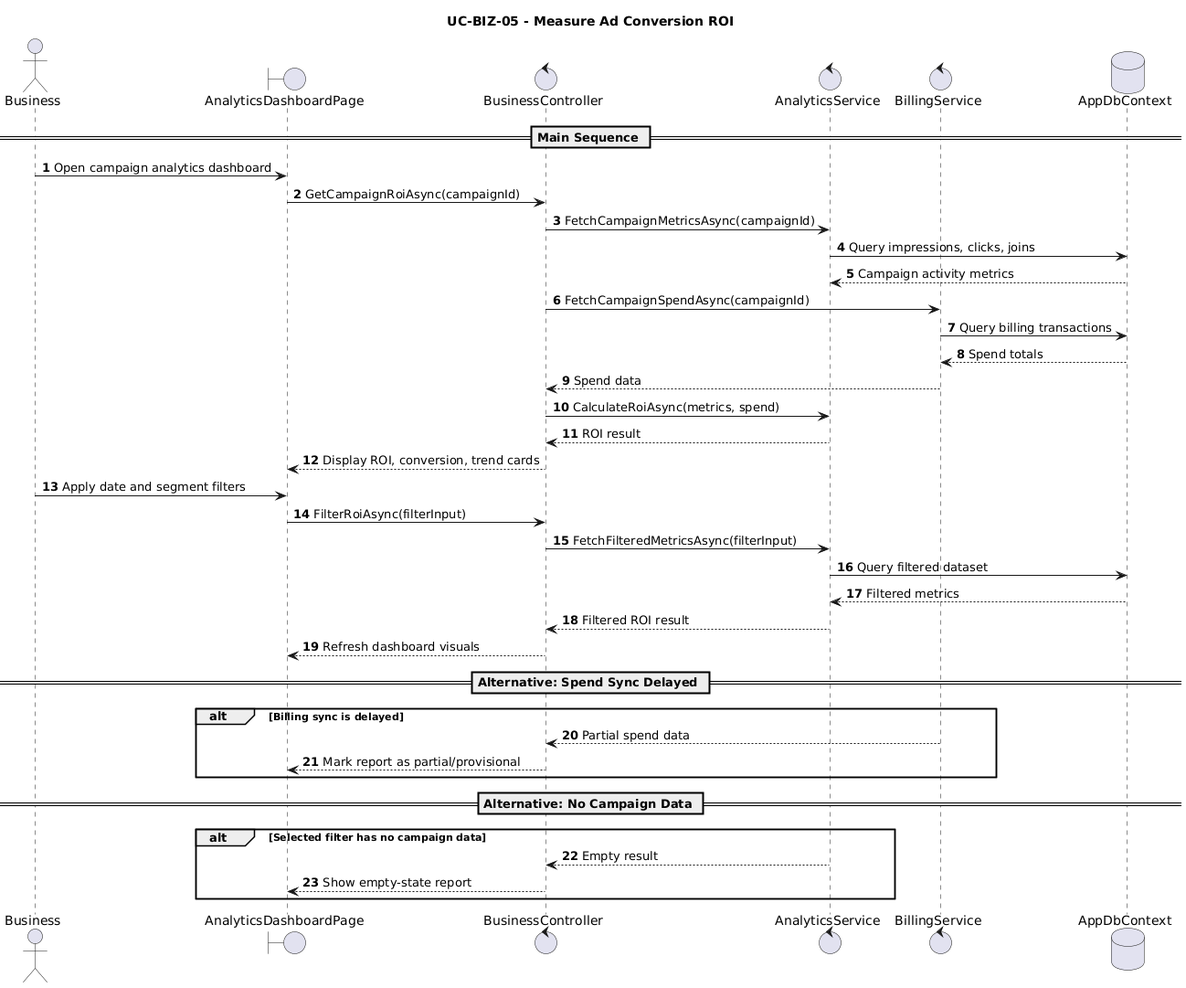
This is User Cases/Sequence Diagrams/BusinessRole/MeasureAdConversionROI.png from gorge-unc23/4ThePlot, a PlantUML export, as it was before one commit. Source of this version:
```plantuml
@startuml
title UC-BIZ-05 - Measure Ad Conversion ROI
autonumber

actor Business
boundary AnalyticsDashboardPage
control BusinessController
control AnalyticsService
control BillingService
database AppDbContext

== Main Sequence ==
Business -> AnalyticsDashboardPage: Open campaign analytics dashboard
AnalyticsDashboardPage -> BusinessController: GetCampaignRoiAsync(campaignId)
BusinessController -> AnalyticsService: FetchCampaignMetricsAsync(campaignId)
AnalyticsService -> AppDbContext: Query impressions, clicks, joins
AppDbContext --> AnalyticsService: Campaign activity metrics
BusinessController -> BillingService: FetchCampaignSpendAsync(campaignId)
BillingService -> AppDbContext: Query billing transactions
AppDbContext --> BillingService: Spend totals
BillingService --> BusinessController: Spend data
BusinessController -> AnalyticsService: CalculateRoiAsync(metrics, spend)
AnalyticsService --> BusinessController: ROI result
BusinessController --> AnalyticsDashboardPage: Display ROI, conversion, trend cards

Business -> AnalyticsDashboardPage: Apply date and segment filters
AnalyticsDashboardPage -> BusinessController: FilterRoiAsync(filterInput)
BusinessController -> AnalyticsService: FetchFilteredMetricsAsync(filterInput)
AnalyticsService -> AppDbContext: Query filtered dataset
AppDbContext --> AnalyticsService: Filtered metrics
AnalyticsService --> BusinessController: Filtered ROI result
BusinessController --> AnalyticsDashboardPage: Refresh dashboard visuals

== Alternative: Spend Sync Delayed ==
alt Billing sync is delayed
  BillingService --> BusinessController: Partial spend data
  BusinessController --> AnalyticsDashboardPage: Mark report as partial/provisional
end

== Alternative: No Campaign Data ==
alt Selected filter has no campaign data
  AnalyticsService --> BusinessController: Empty result
  BusinessController --> AnalyticsDashboardPage: Show empty-state report
end
@enduml
```
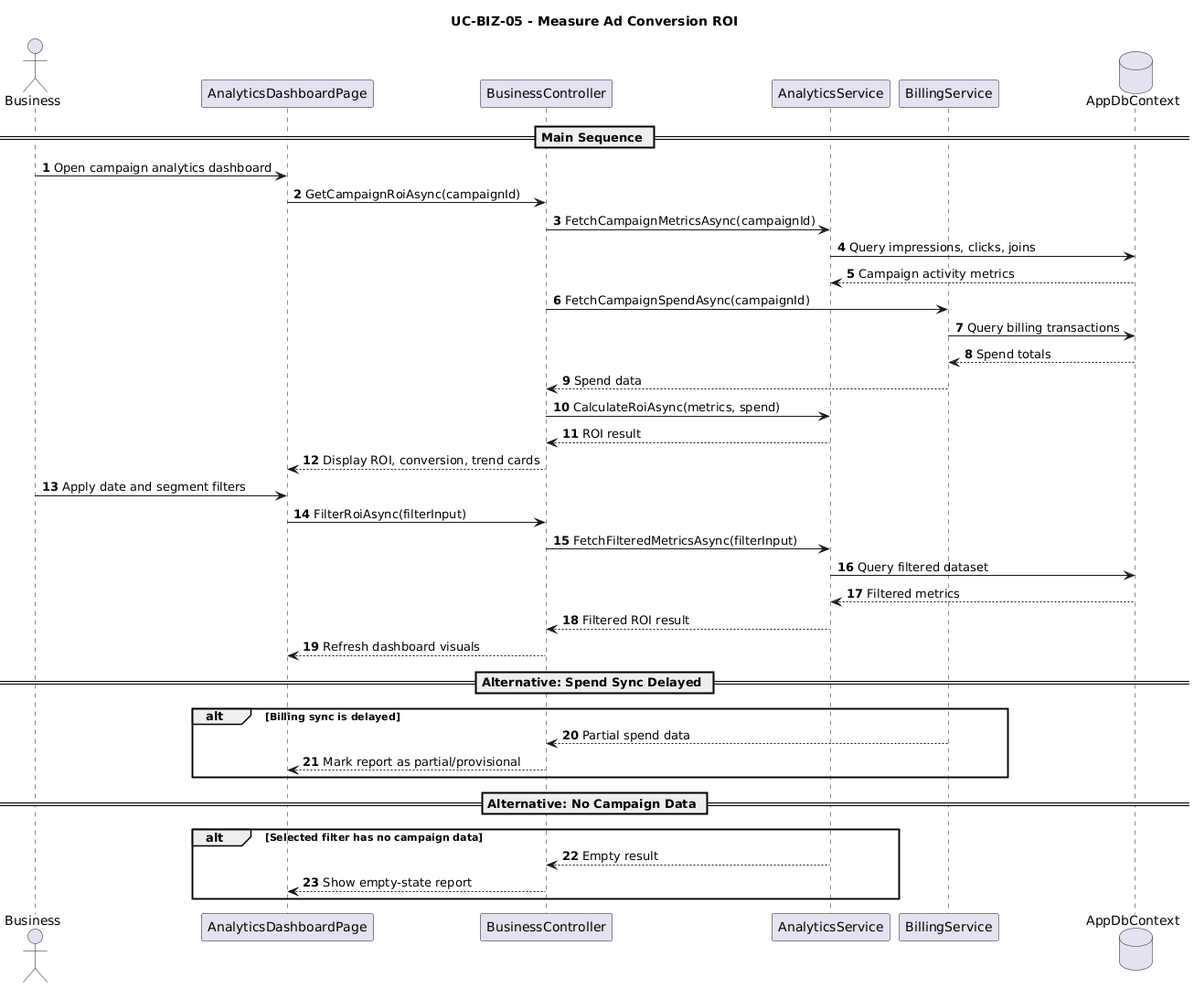
After the commit.

Change to the diagram source:
```diff
@@ -3,10 +3,10 @@
 autonumber
 
 actor Business
-boundary AnalyticsDashboardPage
-control BusinessController
-control AnalyticsService
-control BillingService
+participant AnalyticsDashboardPage
+participant BusinessController
+participant AnalyticsService
+participant BillingService
 database AppDbContext
 
 == Main Sequence ==
```
